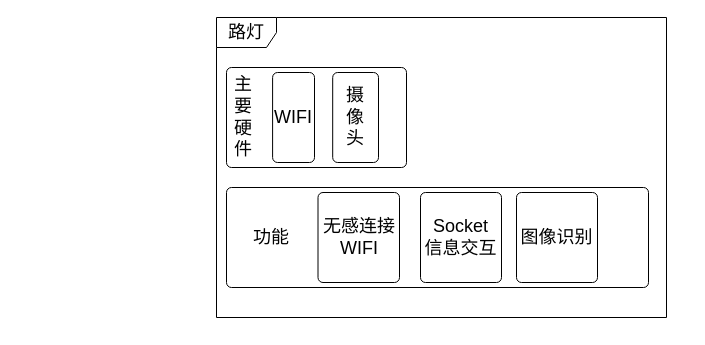
The draw.io diagram fudoc.drawio in fuliteng/InitRes, before the edit. Source tidied: cells renumbered, new cells numbered last; positions are measured from the earlier drawing's top-left corner, leaving out a move shared by most shapes. Both pictures are drawn from the tidied source at 100%, with x=0, y=0 at pixel (216, 17).
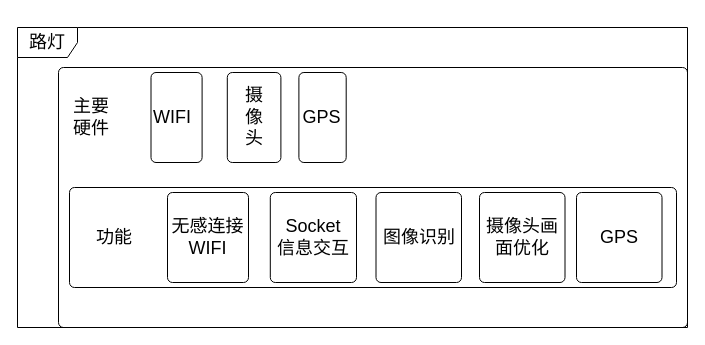
After the change.

What changed in the source:
```diff
@@
 <mxGraphModel>
   <root>
     <mxCell id="0" />
     <mxCell id="1" parent="0" />
     <mxCell id="2" style="rounded=1;absoluteArcSize=1;html=1;arcSize=10;fontSize=18;align=left;" parent="1" vertex="1">
-      <mxGeometry x="10" y="50" width="180" height="100" as="geometry" />
+      <mxGeometry x="-158" y="50" width="629" height="260" as="geometry" />
     </mxCell>
-    <mxCell id="3" value="主要硬件" style="html=1;shape=mxgraph.er.anchor;whiteSpace=wrap;fontSize=18;align=left;" parent="2" vertex="1">
-      <mxGeometry x="6" width="28.1" height="100" as="geometry" />
+    <mxCell id="3" value="主要&lt;br&gt;硬件" style="html=1;shape=mxgraph.er.anchor;whiteSpace=wrap;fontSize=18;align=left;" parent="2" vertex="1">
+      <mxGeometry x="13.1" width="62.7" height="100" as="geometry" />
     </mxCell>
     <mxCell id="4" value="WIFI" style="rounded=1;absoluteArcSize=1;html=1;arcSize=10;whiteSpace=wrap;strokeColor=inherit;fillColor=inherit;fontSize=18;align=left;" parent="2" vertex="1">
-      <mxGeometry x="46.1" y="5" width="41.9" height="90" as="geometry" />
+      <mxGeometry x="92.5" y="5" width="51.1" height="90" as="geometry" />
     </mxCell>
     <mxCell id="5" value="摄&lt;br&gt;像&lt;br&gt;头" style="rounded=1;absoluteArcSize=1;html=1;arcSize=10;whiteSpace=wrap;strokeColor=inherit;fillColor=inherit;fontSize=18;align=center;" parent="2" vertex="1">
-      <mxGeometry x="106.2" y="5" width="45.8" height="90" as="geometry" />
+      <mxGeometry x="168.8" y="5" width="53.6" height="90" as="geometry" />
     </mxCell>
+    <mxCell id="12" value="GPS" style="rounded=1;absoluteArcSize=1;html=1;arcSize=10;whiteSpace=wrap;strokeColor=inherit;fillColor=inherit;fontSize=18;align=center;" parent="2" vertex="1">
+      <mxGeometry x="240.4" y="5" width="47.3" height="90" as="geometry" />
+    </mxCell>
+    <mxCell id="11" value="&lt;font style=&quot;font-size: 18px&quot;&gt;路灯&lt;/font&gt;" style="shape=umlFrame;whiteSpace=wrap;html=1;fontSize=18;align=center;" parent="2" vertex="1">
+      <mxGeometry x="-41" y="-40" width="670" height="300" as="geometry" />
+    </mxCell>
     <mxCell id="6" style="rounded=1;absoluteArcSize=1;html=1;arcSize=10;fontSize=18;align=center;" parent="1" vertex="1">
-      <mxGeometry x="10" y="170" width="422" height="100" as="geometry" />
+      <mxGeometry x="-147" y="170" width="607" height="100" as="geometry" />
     </mxCell>
     <mxCell id="7" value="功能" style="html=1;shape=mxgraph.er.anchor;whiteSpace=wrap;fontSize=18;align=center;" parent="6" vertex="1">
       <mxGeometry width="90" height="100" as="geometry" />
     </mxCell>
-    <mxCell id="8" value="无感连接WIFI" style="rounded=1;absoluteArcSize=1;html=1;arcSize=10;whiteSpace=wrap;strokeColor=inherit;fillColor=inherit;fontSize=18;align=center;" parent="6" vertex="1">
-      <mxGeometry x="91.5" y="5" width="81.5" height="90" as="geometry" />
+    <mxCell id="8" value="无感连接&lt;br&gt;WIFI" style="rounded=1;absoluteArcSize=1;html=1;arcSize=10;whiteSpace=wrap;strokeColor=inherit;fillColor=inherit;fontSize=18;align=center;" parent="6" vertex="1">
+      <mxGeometry x="98" y="5" width="81" height="90" as="geometry" />
     </mxCell>
     <mxCell id="9" value="Socket&lt;br&gt;信息交互" style="rounded=1;absoluteArcSize=1;html=1;arcSize=10;whiteSpace=wrap;strokeColor=inherit;fillColor=inherit;fontSize=18;align=center;" parent="6" vertex="1">
-      <mxGeometry x="194" y="5" width="81" height="90" as="geometry" />
+      <mxGeometry x="200.8" y="5" width="86.2" height="90" as="geometry" />
     </mxCell>
     <mxCell id="10" value="图像识别" style="rounded=1;absoluteArcSize=1;html=1;arcSize=10;whiteSpace=wrap;strokeColor=inherit;fillColor=inherit;fontSize=18;align=center;" parent="6" vertex="1">
-      <mxGeometry x="290" y="5" width="81" height="90" as="geometry" />
+      <mxGeometry x="306.5" y="5" width="85.5" height="90" as="geometry" />
     </mxCell>
-    <mxCell id="11" value="&lt;font style=&quot;font-size: 18px&quot;&gt;路灯&lt;/font&gt;" style="shape=umlFrame;whiteSpace=wrap;html=1;fontSize=18;align=center;" parent="1" vertex="1">
-      <mxGeometry width="450" height="300" as="geometry" />
-    </mxCell>
+    <mxCell id="13" value="摄像头画面优化" style="rounded=1;absoluteArcSize=1;html=1;arcSize=10;whiteSpace=wrap;strokeColor=inherit;fillColor=inherit;fontSize=18;align=center;" parent="6" vertex="1">
+      <mxGeometry x="410" y="5" width="85.5" height="90" as="geometry" />
+    </mxCell>
+    <mxCell id="14" value="GPS" style="rounded=1;absoluteArcSize=1;html=1;arcSize=10;whiteSpace=wrap;strokeColor=inherit;fillColor=inherit;fontSize=18;align=center;" parent="6" vertex="1">
+      <mxGeometry x="507" y="5" width="85.5" height="90" as="geometry" />
+    </mxCell>
   </root>
 </mxGraphModel>
```
